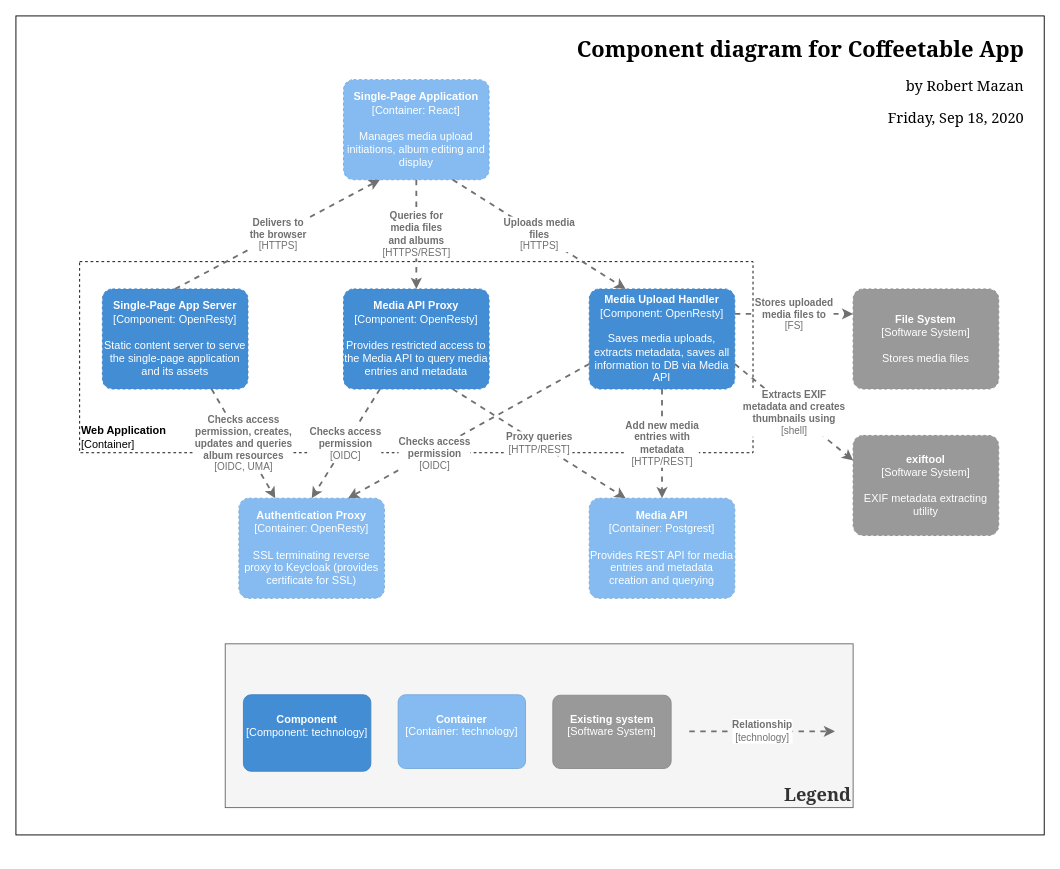
This is page "Component: Web Application" (3 of 6) of docs/images/coffeetable.drawio from robmazan/coffeetable, a draw.io file, before an edit. Source tidied: cells renumbered, new cells numbered last; positions are measured from the earlier drawing's top-left corner, leaving out a move shared by most shapes. Both pictures are drawn from the tidied source at 91%, with x=0, y=0 at pixel (15, 15).
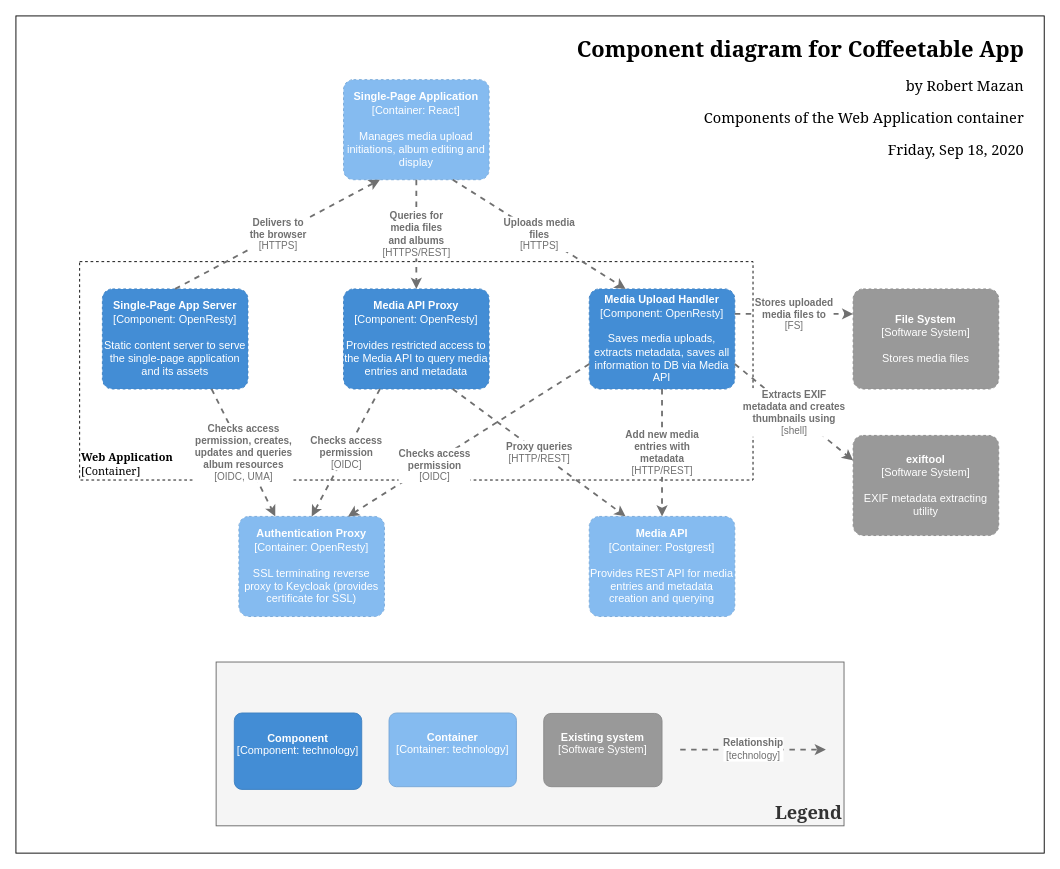
Above is the later version.

Commit message (it also covers changes not shown here):
Diagram improvements

Change to the diagram source:
```diff
@@
-    <mxCell id="2" value="&lt;p style=&quot;line-height: 100% ; font-size: 16px&quot;&gt;&lt;/p&gt;&lt;p&gt;&lt;font style=&quot;font-size: 24px&quot;&gt;&lt;b&gt;Component diagram for Coffeetable App&lt;/b&gt;&lt;/font&gt;&lt;/p&gt;&lt;p style=&quot;font-size: 16px&quot;&gt;by Robert Mazan&lt;/p&gt;&lt;p style=&quot;font-size: 16px&quot;&gt;Friday, Sep 18, 2020&lt;/p&gt;&lt;p style=&quot;font-size: 16px&quot;&gt;&lt;/p&gt;" style="rounded=0;whiteSpace=wrap;html=1;fontSize=16;align=right;verticalAlign=top;spacingRight=20;fontFamily=Georgia;" parent="1" vertex="1">
-      <mxGeometry width="1130" height="900" as="geometry" />
+    <mxCell id="2" value="&lt;p style=&quot;line-height: 100% ; font-size: 16px&quot;&gt;&lt;/p&gt;&lt;p&gt;&lt;font style=&quot;font-size: 24px&quot;&gt;&lt;b&gt;Component diagram for Coffeetable App&lt;/b&gt;&lt;/font&gt;&lt;/p&gt;&lt;p style=&quot;font-size: 16px&quot;&gt;by Robert Mazan&lt;/p&gt;&lt;p style=&quot;font-size: 16px&quot;&gt;Components of the Web Application container&lt;/p&gt;&lt;p style=&quot;font-size: 16px&quot;&gt;Friday, Sep 18, 2020&lt;/p&gt;&lt;p style=&quot;font-size: 16px&quot;&gt;&lt;/p&gt;" style="rounded=0;whiteSpace=wrap;html=1;fontSize=16;align=right;verticalAlign=top;spacingRight=20;fontFamily=Georgia;" parent="1" vertex="1">
+      <mxGeometry width="1130" height="920" as="geometry" />
     </mxCell>
-    <mxCell id="3" value="&lt;b&gt;Web Application&lt;/b&gt;&lt;br&gt;[Container]" style="rounded=0;whiteSpace=wrap;html=1;fillColor=none;dashed=1;align=left;verticalAlign=bottom;" parent="1" vertex="1">
-      <mxGeometry x="70" y="270" width="740" height="210" as="geometry" />
+    <mxCell id="3" value="&lt;b&gt;Web Application&lt;/b&gt;&lt;br&gt;[Container]" style="rounded=0;whiteSpace=wrap;html=1;fillColor=none;dashed=1;align=left;verticalAlign=bottom;fontFamily=Georgia;" parent="1" vertex="1">
+      <mxGeometry x="70" y="270" width="740" height="240" as="geometry" />
     </mxCell>
@@
     <object id="5" label="&lt;b&gt;%c4Name%&lt;/b&gt;&lt;div&gt;[%c4Type%: %c4Technology%]&lt;/div&gt;&lt;br&gt;&lt;div&gt;%c4Description%&lt;/div&gt;" c4Description="SSL terminating reverse proxy to Keycloak (provides certificate for SSL)" c4Name="Authentication Proxy" c4Technology="OpenResty" c4Type="Container" placeholders="1">
       <mxCell style="rounded=1;whiteSpace=wrap;html=1;labelBackgroundColor=none;fillColor=#85BBF0;fontColor=#ffffff;align=center;arcSize=10;strokeColor=#78A8D8;metaData={&quot;c4Type&quot;:{&quot;editable&quot;:false}};points=[[0.25,0,0],[0.5,0,0],[0.75,0,0],[1,0.25,0],[1,0.5,0],[1,0.75,0],[0.75,1,0],[0.5,1,0],[0.25,1,0],[0,0.75,0],[0,0.5,0],[0,0.25,0]];dashed=1;" parent="1" vertex="1">
-        <mxGeometry x="245" y="530" width="160" height="110" as="geometry" />
+        <mxGeometry x="245" y="550" width="160" height="110" as="geometry" />
       </mxCell>
     </object>
@@
     <object id="7" label="&lt;b&gt;%c4Name%&lt;/b&gt;&lt;div&gt;[%c4Type%: %c4Technology%]&lt;/div&gt;&lt;br&gt;&lt;div&gt;%c4Description%&lt;/div&gt;" c4Description="Provides REST API for media entries and metadata creation and querying" c4Name="Media API" c4Technology="Postgrest" c4Type="Container" placeholders="1">
       <mxCell style="rounded=1;whiteSpace=wrap;html=1;labelBackgroundColor=none;fillColor=#85BBF0;fontColor=#ffffff;align=center;arcSize=10;strokeColor=#78A8D8;metaData={&quot;c4Type&quot;:{&quot;editable&quot;:false}};points=[[0.25,0,0],[0.5,0,0],[0.75,0,0],[1,0.25,0],[1,0.5,0],[1,0.75,0],[0.75,1,0],[0.5,1,0],[0.25,1,0],[0,0.75,0],[0,0.5,0],[0,0.25,0]];dashed=1;" parent="1" vertex="1">
-        <mxGeometry x="630" y="530" width="160" height="110" as="geometry" />
+        <mxGeometry x="630" y="550" width="160" height="110" as="geometry" />
       </mxCell>
     </object>
@@
     <mxCell id="22" style="group;" parent="1" vertex="1">
-      <mxGeometry x="230" y="690" width="690" height="180" as="geometry" />
+      <mxGeometry x="220" y="710" width="690" height="180" as="geometry" />
     </mxCell>
```
